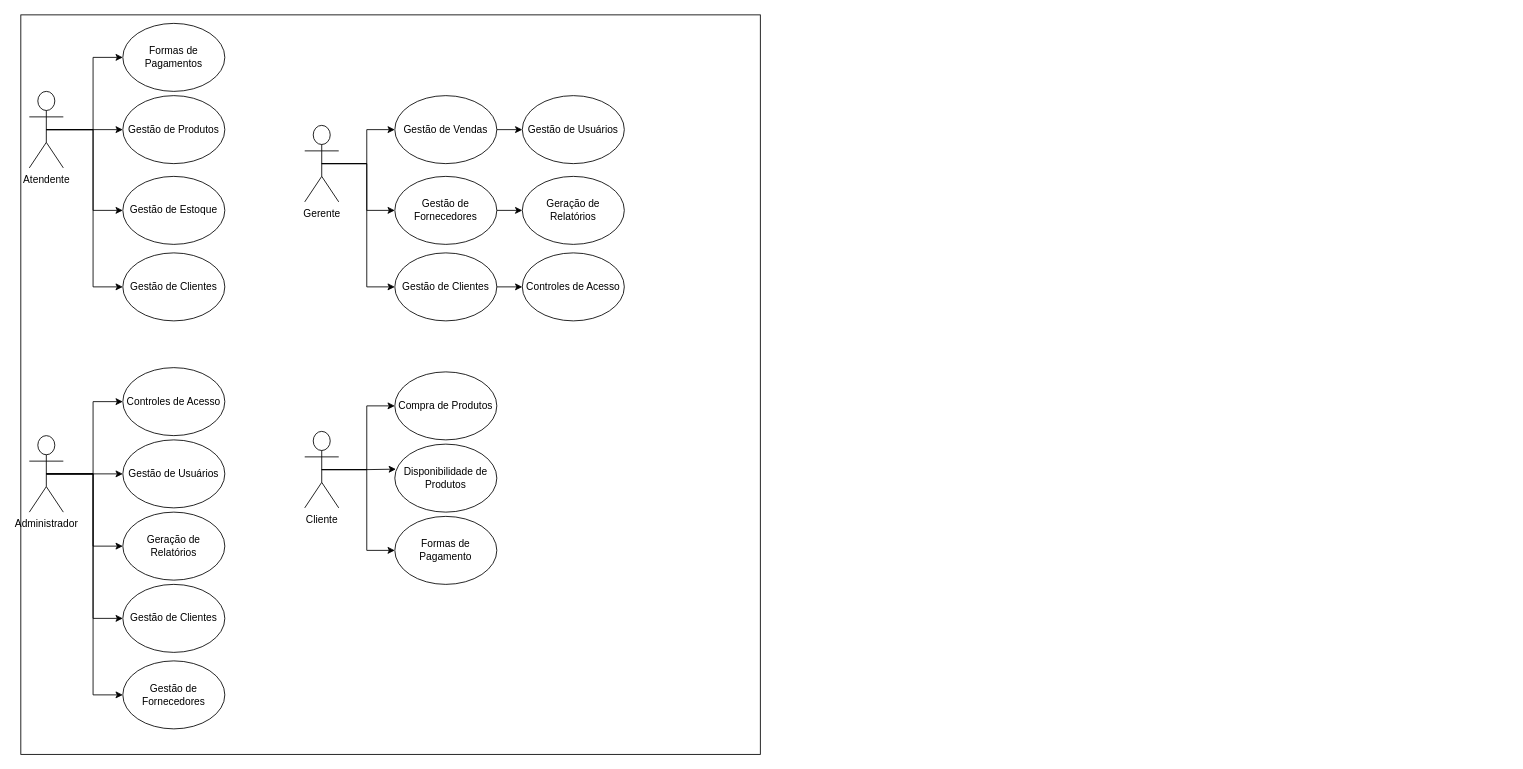
Earlier version of the draw.io diagram page "Sistema de Farmácia" (2 of 4) of Diagrama sem nome.drawio (lucassead/Diagramas-de-Requisitos). Source tidied: cells renumbered, new cells numbered last; positions are measured from the earlier drawing's top-left corner, leaving out a move shared by most shapes. Both pictures are drawn from the tidied source at 85%, with x=0, y=0 at pixel (20, 14).
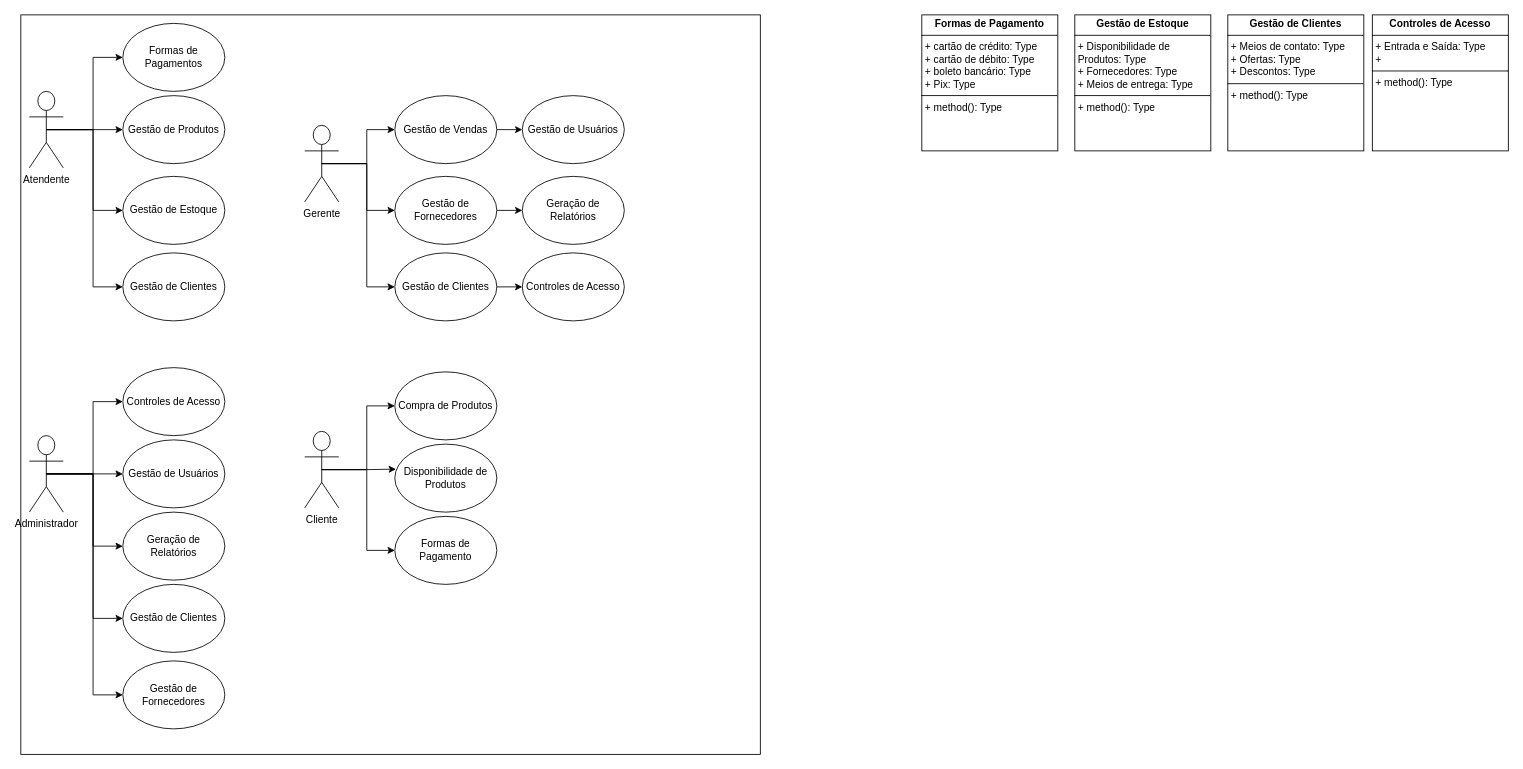
After the change.

The edit, as a diff of the source:
```diff
@@
+    <mxCell id="43" value="&lt;p style=&quot;margin:0px;margin-top:4px;text-align:center;&quot;&gt;&lt;b&gt;Formas de Pagamento&lt;/b&gt;&lt;/p&gt;&lt;hr size=&quot;1&quot; style=&quot;border-style:solid;&quot;&gt;&lt;p style=&quot;margin:0px;margin-left:4px;&quot;&gt;+ cartão de crédito: Type&lt;/p&gt;&lt;p style=&quot;margin:0px;margin-left:4px;&quot;&gt;+ cartão de débito: Type&lt;/p&gt;&lt;p style=&quot;margin:0px;margin-left:4px;&quot;&gt;+ boleto bancário: Type&lt;/p&gt;&lt;p style=&quot;margin:0px;margin-left:4px;&quot;&gt;+ Pix: Type&lt;/p&gt;&lt;hr size=&quot;1&quot; style=&quot;border-style:solid;&quot;&gt;&lt;p style=&quot;margin:0px;margin-left:4px;&quot;&gt;+ method(): Type&lt;/p&gt;" style="verticalAlign=top;align=left;overflow=fill;html=1;whiteSpace=wrap;" parent="1" vertex="1">
+      <mxGeometry x="1060" width="160" height="160" as="geometry" />
+    </mxCell>
+    <mxCell id="44" value="&lt;p style=&quot;margin:0px;margin-top:4px;text-align:center;&quot;&gt;&lt;b&gt;Gestão de Estoque&lt;/b&gt;&lt;/p&gt;&lt;hr size=&quot;1&quot; style=&quot;border-style:solid;&quot;&gt;&lt;p style=&quot;margin:0px;margin-left:4px;&quot;&gt;+ Disponibilidade de Produtos: Type&lt;/p&gt;&lt;p style=&quot;margin:0px;margin-left:4px;&quot;&gt;+ Fornecedores: Type&lt;/p&gt;&lt;p style=&quot;margin:0px;margin-left:4px;&quot;&gt;+ Meios de entrega: Type&lt;/p&gt;&lt;hr size=&quot;1&quot; style=&quot;border-style:solid;&quot;&gt;&lt;p style=&quot;margin:0px;margin-left:4px;&quot;&gt;+ method(): Type&lt;/p&gt;" style="verticalAlign=top;align=left;overflow=fill;html=1;whiteSpace=wrap;" parent="1" vertex="1">
+      <mxGeometry x="1240" width="160" height="160" as="geometry" />
+    </mxCell>
+    <mxCell id="45" value="&lt;p style=&quot;margin:0px;margin-top:4px;text-align:center;&quot;&gt;&lt;b&gt;Gestão de Clientes&lt;/b&gt;&lt;/p&gt;&lt;hr size=&quot;1&quot; style=&quot;border-style:solid;&quot;&gt;&lt;p style=&quot;margin:0px;margin-left:4px;&quot;&gt;+ Meios de contato: Type&lt;/p&gt;&lt;p style=&quot;margin:0px;margin-left:4px;&quot;&gt;+ Ofertas: Type&lt;/p&gt;&lt;p style=&quot;margin:0px;margin-left:4px;&quot;&gt;+ Descontos: Type&lt;/p&gt;&lt;hr size=&quot;1&quot; style=&quot;border-style:solid;&quot;&gt;&lt;p style=&quot;margin:0px;margin-left:4px;&quot;&gt;+ method(): Type&lt;/p&gt;" style="verticalAlign=top;align=left;overflow=fill;html=1;whiteSpace=wrap;" parent="1" vertex="1">
+      <mxGeometry x="1420" width="160" height="160" as="geometry" />
+    </mxCell>
+    <mxCell id="46" value="&lt;p style=&quot;margin:0px;margin-top:4px;text-align:center;&quot;&gt;&lt;b&gt;Controles de Acesso&lt;/b&gt;&lt;/p&gt;&lt;hr size=&quot;1&quot; style=&quot;border-style:solid;&quot;&gt;&lt;p style=&quot;margin:0px;margin-left:4px;&quot;&gt;+ Entrada e Saída: Type&lt;/p&gt;&lt;p style=&quot;margin:0px;margin-left:4px;&quot;&gt;+&lt;/p&gt;&lt;hr size=&quot;1&quot; style=&quot;border-style:solid;&quot;&gt;&lt;p style=&quot;margin:0px;margin-left:4px;&quot;&gt;+ method(): Type&lt;/p&gt;" style="verticalAlign=top;align=left;overflow=fill;html=1;whiteSpace=wrap;" parent="1" vertex="1">
+      <mxGeometry x="1590" width="160" height="160" as="geometry" />
+    </mxCell>
```
